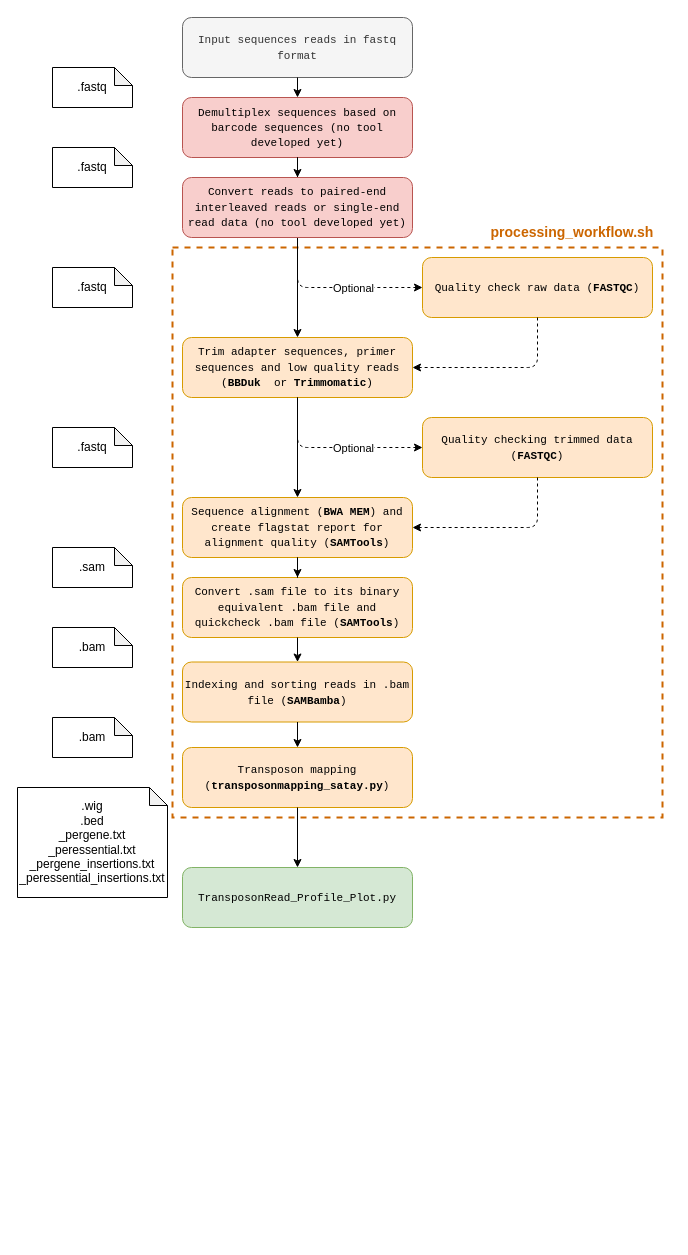
Above: page "general pipeline workflow" (1 of 3) of docs/satay_processing_pipeline.drawio in Gregory94/LaanLab-SATAY-DataAnalysis (draw.io), before the change. Source tidied: cells renumbered, new cells numbered last; positions are measured from the earlier drawing's top-left corner, leaving out a move shared by most shapes. Both pictures are drawn from the tidied source at 100%, with x=0, y=0 at pixel (17, 17).
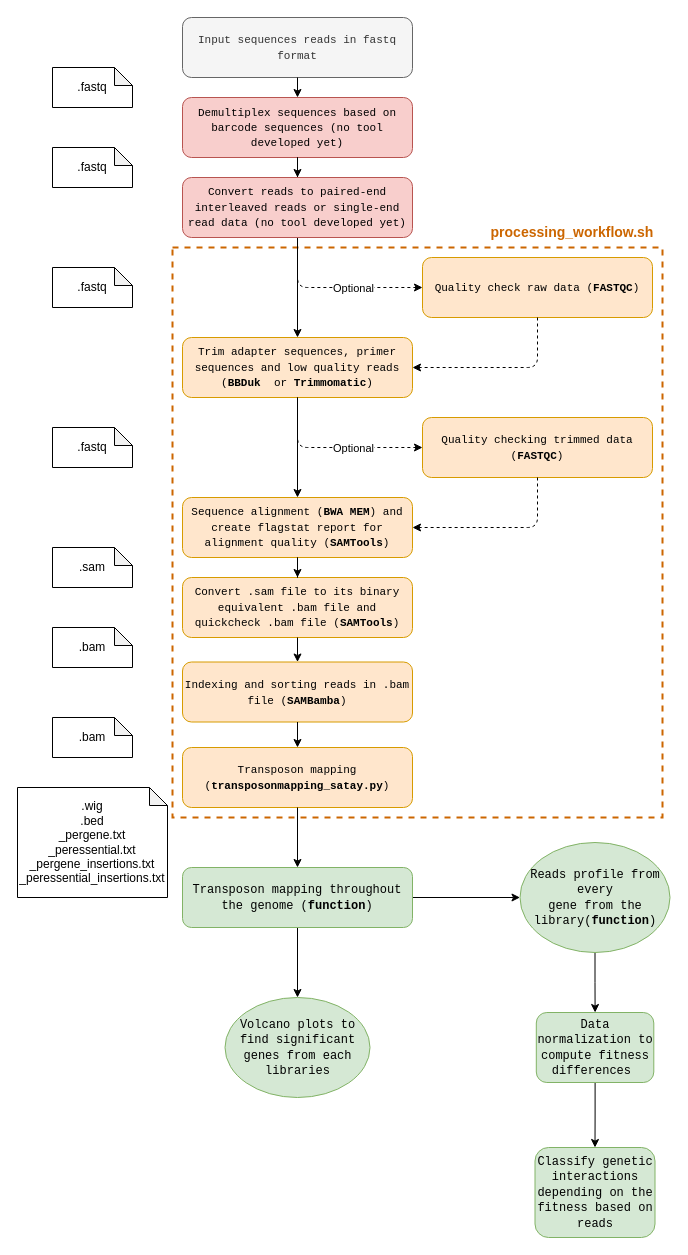
After the change.

Commit message:
Updated satay_processing_pipeline.drawio that was merged from dev_Leila

Diff of the diagram source:
```diff
@@
+    <mxCell id="40" style="edgeStyle=orthogonalEdgeStyle;rounded=0;jettySize=auto;html=1;" parent="1" edge="1" source="38" target="42">
+      <mxGeometry relative="1" as="geometry" />
+    </mxCell>
+    <mxCell id="41" style="edgeStyle=orthogonalEdgeStyle;rounded=0;jettySize=auto;html=1;" parent="1" edge="1" source="38" target="44">
+      <mxGeometry relative="1" as="geometry" />
+    </mxCell>
-    <mxCell id="38" value="&lt;p style=&quot;margin-top: 0pt ; margin-bottom: 0pt ; margin-left: 0in ; direction: ltr ; unicode-bidi: embed ; word-break: normal&quot;&gt;&lt;font face=&quot;courier new&quot;&gt;&lt;span style=&quot;font-size: 11px&quot;&gt;TransposonRead_Profile_Plot.py&lt;/span&gt;&lt;/font&gt;&lt;/p&gt;" style="rounded=1;whiteSpace=wrap;html=1;fillColor=#d5e8d4;strokeColor=#82b366;" parent="1" vertex="1">
+    <mxCell id="38" value="&lt;p style=&quot;margin-top: 0pt ; margin-bottom: 0pt ; margin-left: 0in ; direction: ltr ; unicode-bidi: embed ; word-break: normal&quot;&gt;&lt;font style=&quot;font-size: 12px&quot; face=&quot;Courier New&quot;&gt;Transposon mapping throughout the genome (&lt;b&gt;function&lt;/b&gt;)&lt;/font&gt;&lt;/p&gt;" style="rounded=1;whiteSpace=wrap;html=1;fillColor=#d5e8d4;strokeColor=#82b366;" parent="1" vertex="1">
       <mxGeometry x="165" y="850" width="230" height="60" as="geometry" />
     </mxCell>
@@
+    <mxCell id="42" value="&lt;font face=&quot;Courier New&quot;&gt;Volcano plots to find significant genes from each libraries&lt;/font&gt;" style="ellipse;whiteSpace=wrap;html=1;rounded=1;strokeColor=#82b366;fillColor=#d5e8d4;" parent="1" vertex="1">
+      <mxGeometry x="207.5" y="980" width="145" height="100" as="geometry" />
+    </mxCell>
+    <mxCell id="43" style="edgeStyle=orthogonalEdgeStyle;rounded=0;jettySize=auto;html=1;" parent="1" edge="1" source="44" target="46">
+      <mxGeometry relative="1" as="geometry" />
+    </mxCell>
+    <mxCell id="44" value="&lt;font face=&quot;Courier New&quot;&gt;Reads profile from every &lt;br&gt;gene from the library(&lt;b&gt;function&lt;/b&gt;)&lt;/font&gt;" style="ellipse;whiteSpace=wrap;html=1;rounded=1;strokeColor=#82b366;fillColor=#d5e8d4;" parent="1" vertex="1">
+      <mxGeometry x="502.5" y="825" width="150" height="110" as="geometry" />
+    </mxCell>
+    <mxCell id="45" style="edgeStyle=orthogonalEdgeStyle;rounded=0;jettySize=auto;html=1;" parent="1" edge="1" source="46" target="47">
+      <mxGeometry relative="1" as="geometry" />
+    </mxCell>
+    <mxCell id="46" value="&lt;font face=&quot;Courier New&quot;&gt;Data normalization to compute fitness differences&amp;nbsp;&lt;/font&gt;" style="whiteSpace=wrap;html=1;rounded=1;strokeColor=#82b366;fillColor=#d5e8d4;" parent="1" vertex="1">
+      <mxGeometry x="518.8" y="995" width="117.5" height="70" as="geometry" />
+    </mxCell>
+    <mxCell id="47" value="&lt;font face=&quot;Courier New&quot;&gt;Classify genetic interactions depending on the fitness based on reads&lt;/font&gt;" style="whiteSpace=wrap;html=1;rounded=1;strokeColor=#82b366;fillColor=#d5e8d4;" parent="1" vertex="1">
+      <mxGeometry x="517.5" y="1130" width="120" height="90" as="geometry" />
+    </mxCell>
```
